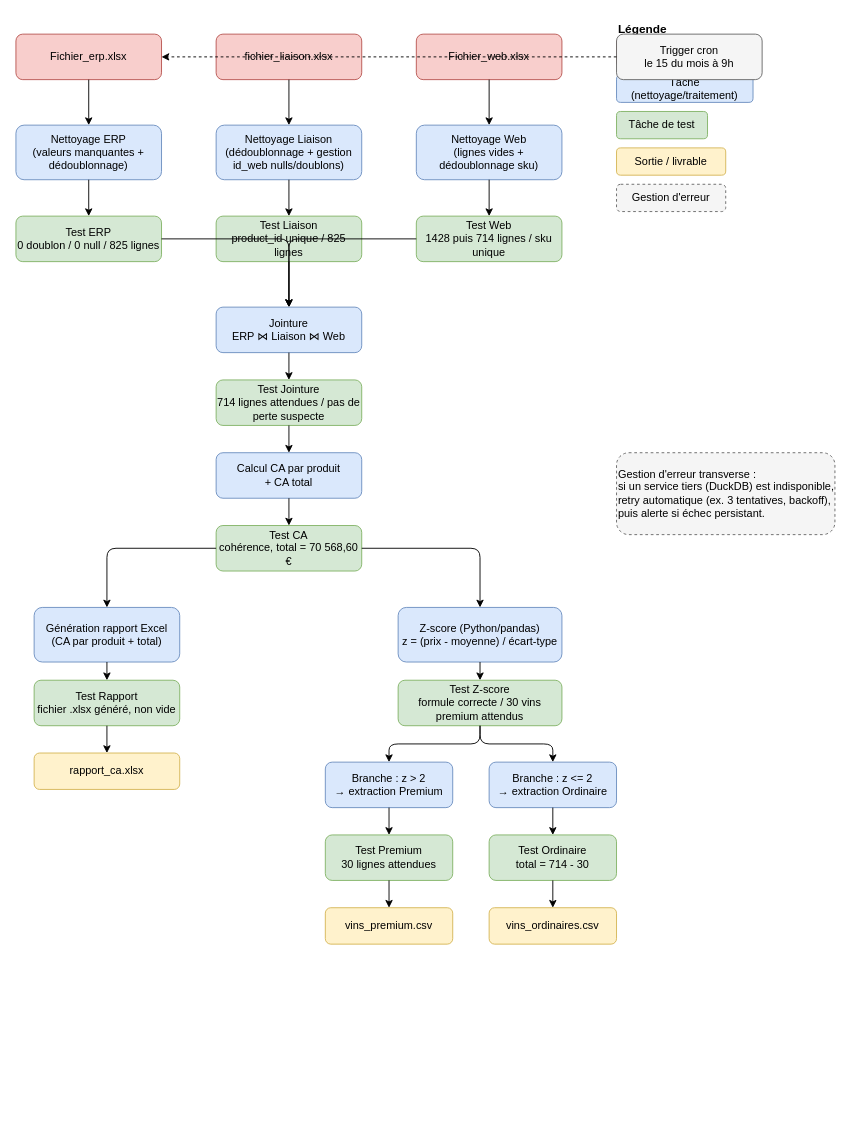
Before: docs/logigramme.drawio in salmaarb/comptoir-coteaux, a draw.io diagram. Source tidied: cells renumbered, new cells numbered last; positions are measured from the earlier drawing's top-left corner, leaving out a move shared by most shapes. Both pictures are drawn from the tidied source at 91%, with x=0, y=0 at pixel (15, 15).
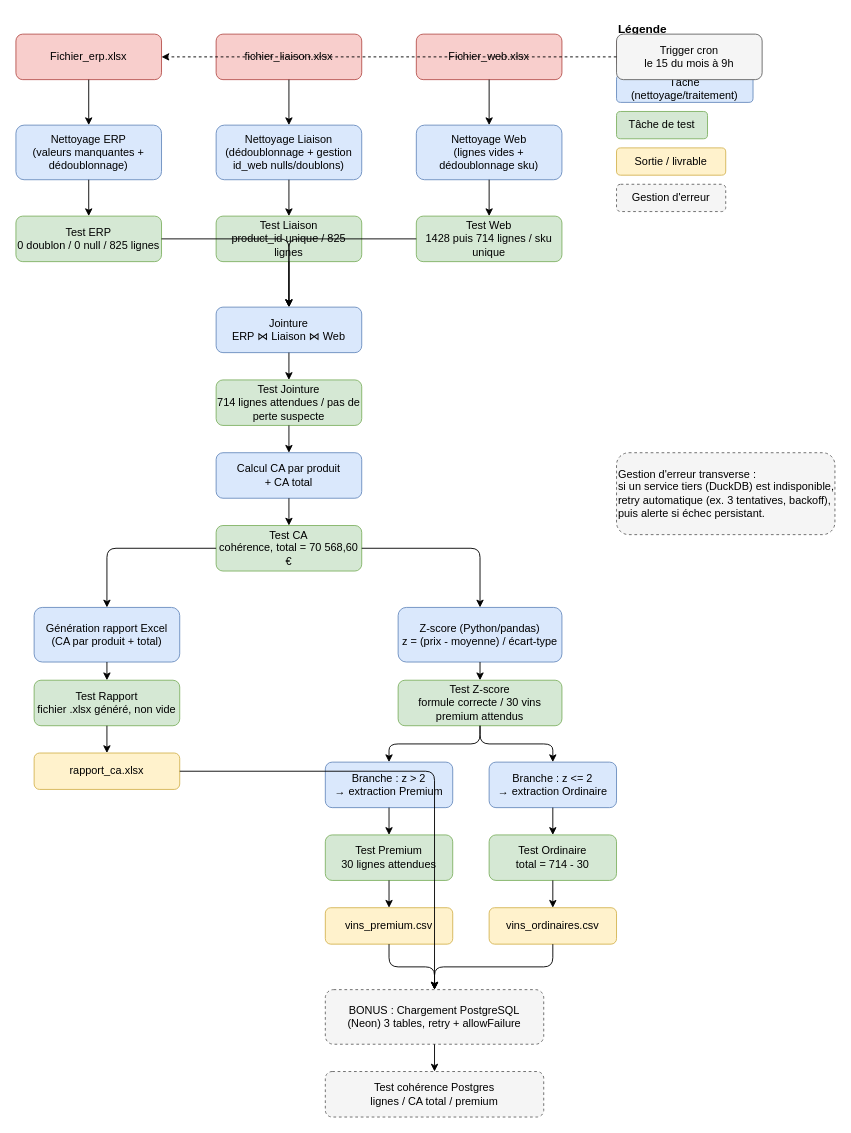
The same page after the edit.

Commit message (it also covers changes not shown here):
Ajout bonus Neon modif readme

The change refers to these unchanged cells:
```xml
<mxCell id="23" value="rapport_ca.xlsx" style="rounded=1;whiteSpace=wrap;html=1;fillColor=#fff2cc;strokeColor=#d6b656;" parent="1" vertex="1">
  <mxGeometry x="20" y="810" width="160" height="40" as="geometry" />
</mxCell>
<mxCell id="30" value="vins_premium.csv" style="rounded=1;whiteSpace=wrap;html=1;fillColor=#fff2cc;strokeColor=#d6b656;" parent="1" vertex="1">
  <mxGeometry x="340" y="980" width="140" height="40" as="geometry" />
</mxCell>
<mxCell id="31" value="vins_ordinaires.csv" style="rounded=1;whiteSpace=wrap;html=1;fillColor=#fff2cc;strokeColor=#d6b656;" parent="1" vertex="1">
  <mxGeometry x="520" y="980" width="140" height="40" as="geometry" />
</mxCell>
```

Change to the diagram source:
```diff
@@
+    <mxCell id="58" value="BONUS : Chargement PostgreSQL&#10;(Neon) 3 tables, retry + allowFailure" style="rounded=1;whiteSpace=wrap;html=1;fillColor=#f5f5f5;strokeColor=#666666;dashed=1;" parent="1" vertex="1">
+      <mxGeometry x="340" y="1070" width="240" height="60" as="geometry" />
+    </mxCell>
+    <mxCell id="59" value="Test cohérence Postgres&#10;lignes / CA total / premium" style="rounded=1;whiteSpace=wrap;html=1;fillColor=#f5f5f5;strokeColor=#666666;dashed=1;" parent="1" vertex="1">
+      <mxGeometry x="340" y="1160" width="240" height="50" as="geometry" />
+    </mxCell>
+    <mxCell id="60" style="edgeStyle=orthogonalEdgeStyle;html=1;" parent="1" edge="1" source="23" target="58">
+      <mxGeometry relative="1" as="geometry" />
+    </mxCell>
+    <mxCell id="61" style="edgeStyle=orthogonalEdgeStyle;html=1;" parent="1" edge="1" source="30" target="58">
+      <mxGeometry relative="1" as="geometry" />
+    </mxCell>
+    <mxCell id="62" style="edgeStyle=orthogonalEdgeStyle;html=1;" parent="1" edge="1" source="31" target="58">
+      <mxGeometry relative="1" as="geometry" />
+    </mxCell>
+    <mxCell id="63" style="edgeStyle=orthogonalEdgeStyle;html=1;" parent="1" edge="1" source="58" target="59">
+      <mxGeometry relative="1" as="geometry" />
+    </mxCell>
```
